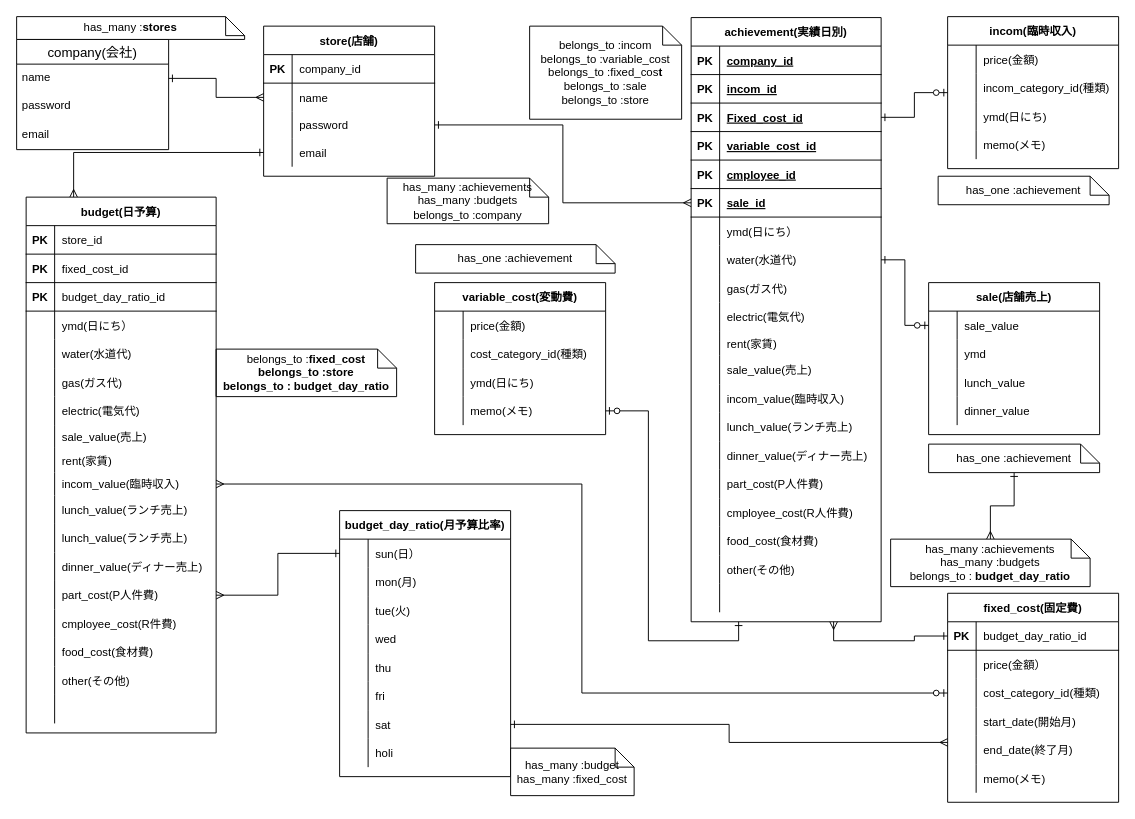
yanagi0306/profit_loss keeps this draw.io diagram as ER図.dio. Above is the earlier version. Source tidied: cells renumbered, new cells numbered last; positions are measured from the earlier drawing's top-left corner, leaving out a move shared by most shapes. Both pictures are drawn from the tidied source at 95%, with x=0, y=0 at pixel (16, 16).
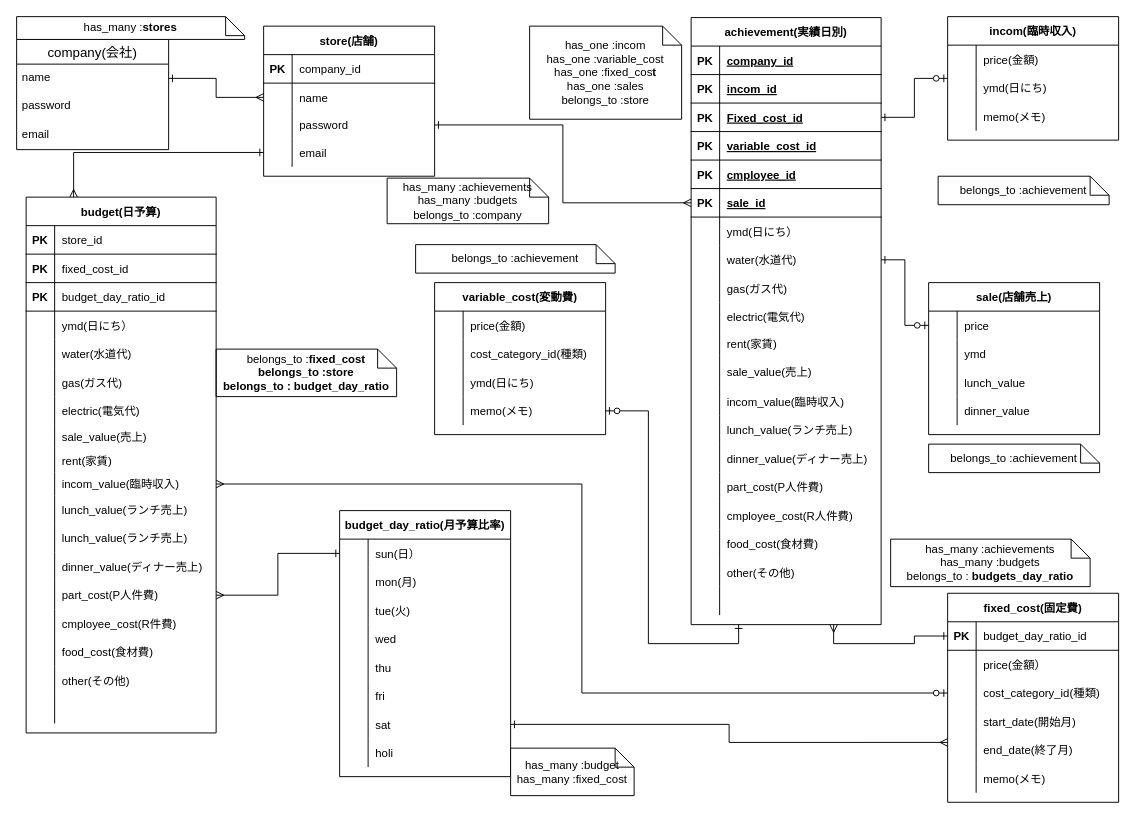
After the change.

The change refers to these unchanged cells:
```xml
<mxCell id="41" style="shape=partialRectangle;fillColor=none;top=0;left=0;bottom=0;right=0;points=[[0,0.5],[1,0.5]];portConstraint=eastwest;" parent="40" vertex="1">
  <mxGeometry y="30" width="180" height="30" as="geometry" />
</mxCell>
```

What changed in the source:
```diff
@@
     <mxCell id="6" value="incom(臨時収入)" style="shape=table;startSize=30;childLayout=tableLayout;rowLines=0;fontStyle=1;align=center;" parent="1" vertex="1">
-      <mxGeometry x="980" width="180" height="160" as="geometry" />
+      <mxGeometry x="980" width="180" height="130" as="geometry" />
     </mxCell>
@@
-    <mxCell id="10" style="shape=partialRectangle;fillColor=none;top=0;left=0;bottom=0;right=0;" parent="6" vertex="1">
-      <mxGeometry y="60" width="180" height="30" as="geometry" />
-    </mxCell>
-    <mxCell id="11" style="shape=partialRectangle;fillColor=none;top=0;left=0;bottom=0;right=0;overflow=hidden;" parent="10" vertex="1">
-      <mxGeometry width="30" height="30" as="geometry" />
-    </mxCell>
-    <mxCell id="12" value="incom_category_id(種類)" style="shape=partialRectangle;fillColor=none;top=0;left=0;bottom=0;right=0;align=left;spacingLeft=6;overflow=hidden;" parent="10" vertex="1">
-      <mxGeometry x="30" width="150" height="30" as="geometry" />
-    </mxCell>
     <mxCell id="13" style="shape=partialRectangle;fillColor=none;top=0;left=0;bottom=0;right=0;" parent="6" vertex="1">
-      <mxGeometry y="90" width="180" height="30" as="geometry" />
+      <mxGeometry y="60" width="180" height="30" as="geometry" />
     </mxCell>
@@
     <mxCell id="16" style="shape=partialRectangle;fillColor=none;top=0;left=0;bottom=0;right=0;" parent="6" vertex="1">
-      <mxGeometry y="120" width="180" height="30" as="geometry" />
+      <mxGeometry y="90" width="180" height="30" as="geometry" />
     </mxCell>
@@
-    <mxCell id="36" value="belongs_to :incom&lt;br&gt;belongs_to :variable_cost&lt;br&gt;belongs_to :fixed_cos&lt;span style=&quot;font-weight: 700&quot;&gt;t&lt;br&gt;&lt;/span&gt;belongs_to :sale&lt;br&gt;belongs_to :store" style="shape=note;size=20;whiteSpace=wrap;html=1;rounded=0;sketch=0;" parent="1" vertex="1">
+    <mxCell id="36" value="has_one :incom&lt;br&gt;has_one&amp;nbsp;:variable_cost&lt;br&gt;has_one&amp;nbsp;:fixed_cos&lt;span style=&quot;font-weight: 700&quot;&gt;t&lt;br&gt;&lt;/span&gt;has_one :sales&lt;br&gt;belongs_to :store" style="shape=note;size=20;whiteSpace=wrap;html=1;rounded=0;sketch=0;" parent="1" vertex="1">
       <mxGeometry x="540" y="10" width="160" height="98" as="geometry" />
     </mxCell>
-    <mxCell id="37" value="has_one :achievement" style="shape=note;size=20;whiteSpace=wrap;html=1;rounded=0;sketch=0;" parent="1" vertex="1">
+    <mxCell id="37" value="belongs_to :achievement" style="shape=note;size=20;whiteSpace=wrap;html=1;rounded=0;sketch=0;" parent="1" vertex="1">
       <mxGeometry x="970" y="168" width="180" height="30" as="geometry" />
     </mxCell>
-    <mxCell id="38" value="has_one :achievement" style="shape=note;size=20;whiteSpace=wrap;html=1;rounded=0;sketch=0;" parent="1" vertex="1">
+    <mxCell id="38" value="belongs_to&amp;nbsp;:achievement" style="shape=note;size=20;whiteSpace=wrap;html=1;rounded=0;sketch=0;" parent="1" vertex="1">
       <mxGeometry x="420" y="240" width="210" height="30" as="geometry" />
     </mxCell>
@@
-    <mxCell id="43" value="sale_value" style="shape=partialRectangle;fillColor=none;top=0;left=0;bottom=0;right=0;align=left;spacingLeft=6;overflow=hidden;" parent="41" vertex="1">
+    <mxCell id="43" value="price" style="shape=partialRectangle;fillColor=none;top=0;left=0;bottom=0;right=0;align=left;spacingLeft=6;overflow=hidden;" parent="41" vertex="1">
       <mxGeometry x="30" width="150" height="30" as="geometry" />
     </mxCell>
@@
-    <mxCell id="54" style="edgeStyle=orthogonalEdgeStyle;rounded=0;jettySize=auto;html=1;startArrow=ERone;startFill=0;endArrow=ERmany;endFill=0;" parent="1" edge="1" source="55" target="56">
-      <mxGeometry relative="1" as="geometry" />
-    </mxCell>
-    <mxCell id="55" value="has_one :achievement" style="shape=note;size=20;whiteSpace=wrap;html=1;rounded=0;sketch=0;" parent="1" vertex="1">
+    <mxCell id="55" value="belongs_to :achievement" style="shape=note;size=20;whiteSpace=wrap;html=1;rounded=0;sketch=0;" parent="1" vertex="1">
       <mxGeometry x="960" y="450" width="180" height="30" as="geometry" />
     </mxCell>
-    <mxCell id="56" value="has_many :achievements&lt;br&gt;has_many :budgets&lt;br&gt;belongs_to :&lt;span style=&quot;font-weight: 700&quot;&gt;&amp;nbsp;budget_day_ratio&lt;/span&gt;" style="shape=note;size=20;whiteSpace=wrap;html=1;rounded=0;sketch=0;" parent="1" vertex="1">
+    <mxCell id="56" value="has_many :achievements&lt;br&gt;has_many :budgets&lt;br&gt;belongs_to :&lt;span style=&quot;font-weight: 700&quot;&gt;&amp;nbsp;budgets_day_ratio&lt;/span&gt;" style="shape=note;size=20;whiteSpace=wrap;html=1;rounded=0;sketch=0;" parent="1" vertex="1">
       <mxGeometry x="920" y="550" width="210" height="50" as="geometry" />
     </mxCell>
     <mxCell id="57" value="achievement(実績日別)" style="shape=table;startSize=30;childLayout=tableLayout;rowLines=0;fontStyle=1;align=center;" parent="1" vertex="1">
-      <mxGeometry x="710" y="1" width="200" height="636" as="geometry" />
+      <mxGeometry x="710" y="1" width="200" height="639" as="geometry" />
     </mxCell>
@@
     <mxCell id="91" style="shape=partialRectangle;fillColor=none;top=0;left=0;bottom=0;right=0;" parent="57" vertex="1">
-      <mxGeometry y="356" width="200" height="30" as="geometry" />
+      <mxGeometry y="356" width="200" height="33" as="geometry" />
     </mxCell>
     <mxCell id="92" style="shape=partialRectangle;fillColor=none;top=0;left=0;bottom=0;right=0;overflow=hidden;" parent="91" vertex="1">
-      <mxGeometry width="30" height="30" as="geometry" />
+      <mxGeometry width="30" height="33" as="geometry" />
     </mxCell>
     <mxCell id="93" value="sale_value(売上)" style="shape=partialRectangle;fillColor=none;top=0;left=0;bottom=0;right=0;align=left;spacingLeft=6;overflow=hidden;" parent="91" vertex="1">
-      <mxGeometry x="30" width="170" height="30" as="geometry" />
+      <mxGeometry x="30" width="170" height="33" as="geometry" />
     </mxCell>
     <mxCell id="94" style="shape=partialRectangle;fillColor=none;top=0;left=0;bottom=0;right=0;" parent="57" vertex="1">
-      <mxGeometry y="386" width="200" height="30" as="geometry" />
+      <mxGeometry y="389" width="200" height="30" as="geometry" />
     </mxCell>
@@
     <mxCell id="97" style="shape=partialRectangle;fillColor=none;top=0;left=0;bottom=0;right=0;" parent="57" vertex="1">
-      <mxGeometry y="416" width="200" height="30" as="geometry" />
+      <mxGeometry y="419" width="200" height="30" as="geometry" />
     </mxCell>
@@
     <mxCell id="100" style="shape=partialRectangle;fillColor=none;top=0;left=0;bottom=0;right=0;" parent="57" vertex="1">
-      <mxGeometry y="446" width="200" height="30" as="geometry" />
+      <mxGeometry y="449" width="200" height="30" as="geometry" />
     </mxCell>
@@
     <mxCell id="103" style="shape=partialRectangle;fillColor=none;top=0;left=0;bottom=0;right=0;" parent="57" vertex="1">
-      <mxGeometry y="476" width="200" height="30" as="geometry" />
+      <mxGeometry y="479" width="200" height="30" as="geometry" />
     </mxCell>
@@
     <mxCell id="106" style="shape=partialRectangle;fillColor=none;top=0;left=0;bottom=0;right=0;" parent="57" vertex="1">
-      <mxGeometry y="506" width="200" height="30" as="geometry" />
+      <mxGeometry y="509" width="200" height="30" as="geometry" />
     </mxCell>
@@
     <mxCell id="109" style="shape=partialRectangle;fillColor=none;top=0;left=0;bottom=0;right=0;" parent="57" vertex="1">
-      <mxGeometry y="536" width="200" height="30" as="geometry" />
+      <mxGeometry y="539" width="200" height="30" as="geometry" />
     </mxCell>
@@
     <mxCell id="112" style="shape=partialRectangle;fillColor=none;top=0;left=0;bottom=0;right=0;" parent="57" vertex="1">
-      <mxGeometry y="566" width="200" height="30" as="geometry" />
+      <mxGeometry y="569" width="200" height="30" as="geometry" />
     </mxCell>
@@
     <mxCell id="115" style="shape=partialRectangle;fillColor=none;top=0;left=0;bottom=0;right=0;" parent="57" vertex="1">
-      <mxGeometry y="596" width="200" height="30" as="geometry" />
+      <mxGeometry y="599" width="200" height="30" as="geometry" />
     </mxCell>
```
